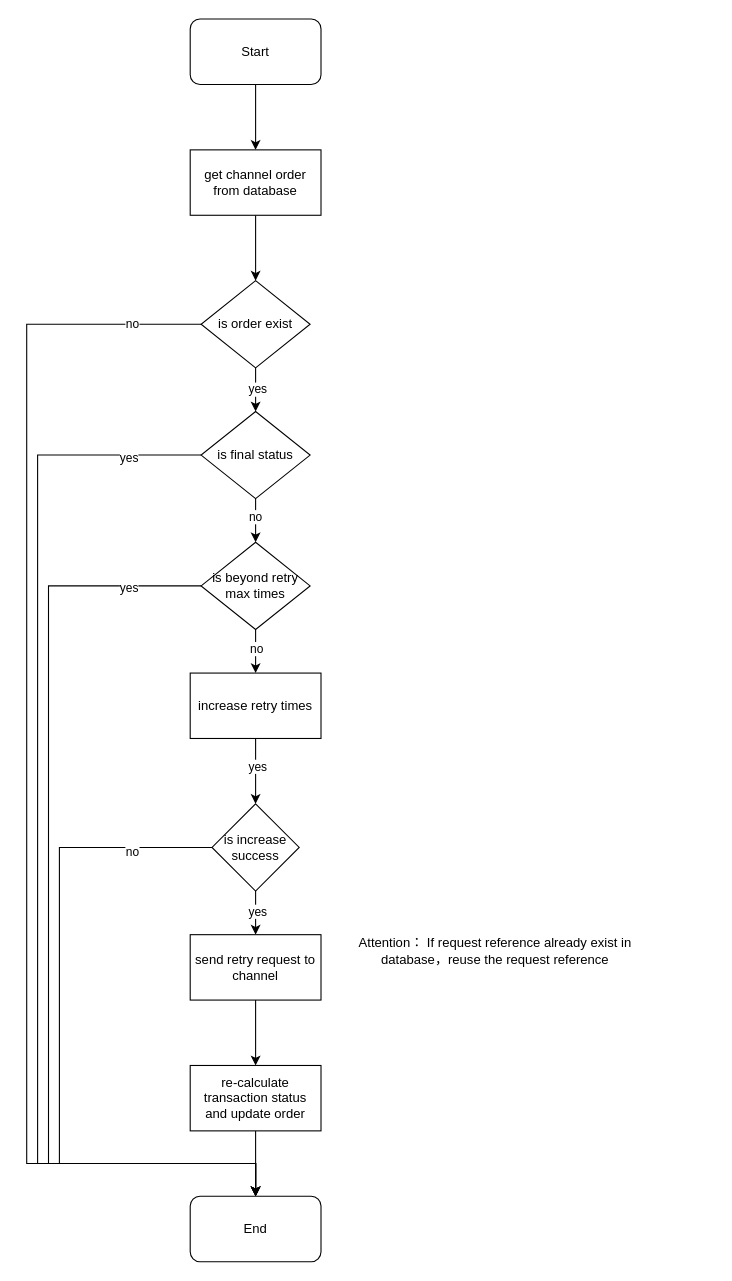
Before: 渠道单原单重试流程.drawio in catface996/images, a draw.io diagram. Source tidied: cells renumbered, new cells numbered last; positions are measured from the earlier drawing's top-left corner, leaving out a move shared by most shapes. Both pictures are drawn from the tidied source at 109%, with x=0, y=0 at pixel (26, 19).
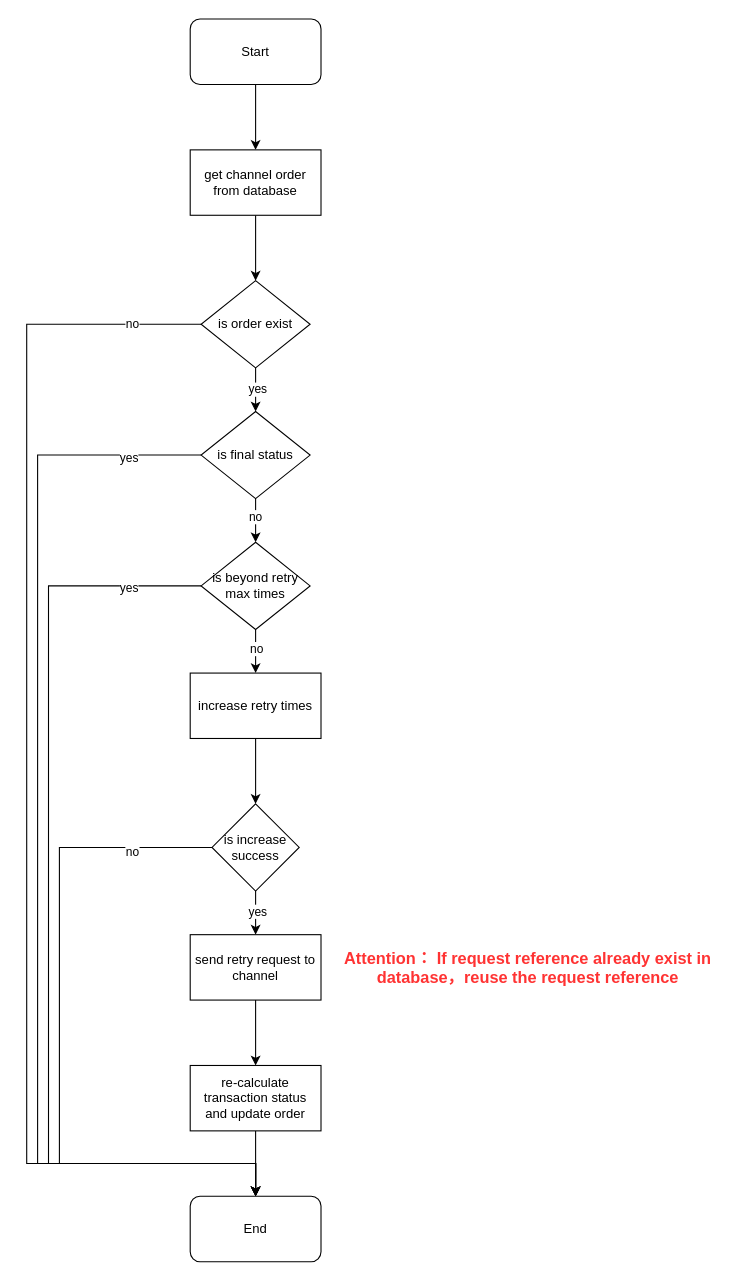
Above is the later version.

Commit message (it also covers changes not shown here):
更新渠道单原单重试流程.drawio

Unchanged cells that the change refers to:
```xml
<mxCell id="21" style="edgeStyle=orthogonalEdgeStyle;rounded=0;jettySize=auto;html=1;entryX=0.5;entryY=0;entryDx=0;entryDy=0;" parent="1" edge="1" source="23" target="28">
  <mxGeometry relative="1" as="geometry" />
</mxCell>
```

Change to the diagram source:
```diff
@@
-    <mxCell id="22" value="yes" style="edgeLabel;html=1;align=center;verticalAlign=middle;" parent="21" vertex="1">
-      <mxGeometry x="-0.17" y="1" relative="1" as="geometry" />
-    </mxCell>
@@
-    <mxCell id="32" value="Attention： If request reference already exist in database，reuse the request reference" style="text;html=1;strokeColor=none;fillColor=none;align=center;verticalAlign=middle;whiteSpace=wrap;rounded=0;" parent="1" vertex="1">
-      <mxGeometry x="300" y="840" width="260" height="30" as="geometry" />
+    <mxCell id="32" value="&lt;b&gt;&lt;font style=&quot;font-size: 15px;&quot; color=&quot;#ff3333&quot;&gt;Attention： If request reference already exist in database，reuse the request reference&lt;/font&gt;&lt;/b&gt;" style="text;html=1;strokeColor=none;fillColor=none;align=center;verticalAlign=middle;whiteSpace=wrap;rounded=0;" parent="1" vertex="1">
+      <mxGeometry x="290" y="835" width="340" height="70" as="geometry" />
     </mxCell>
```
